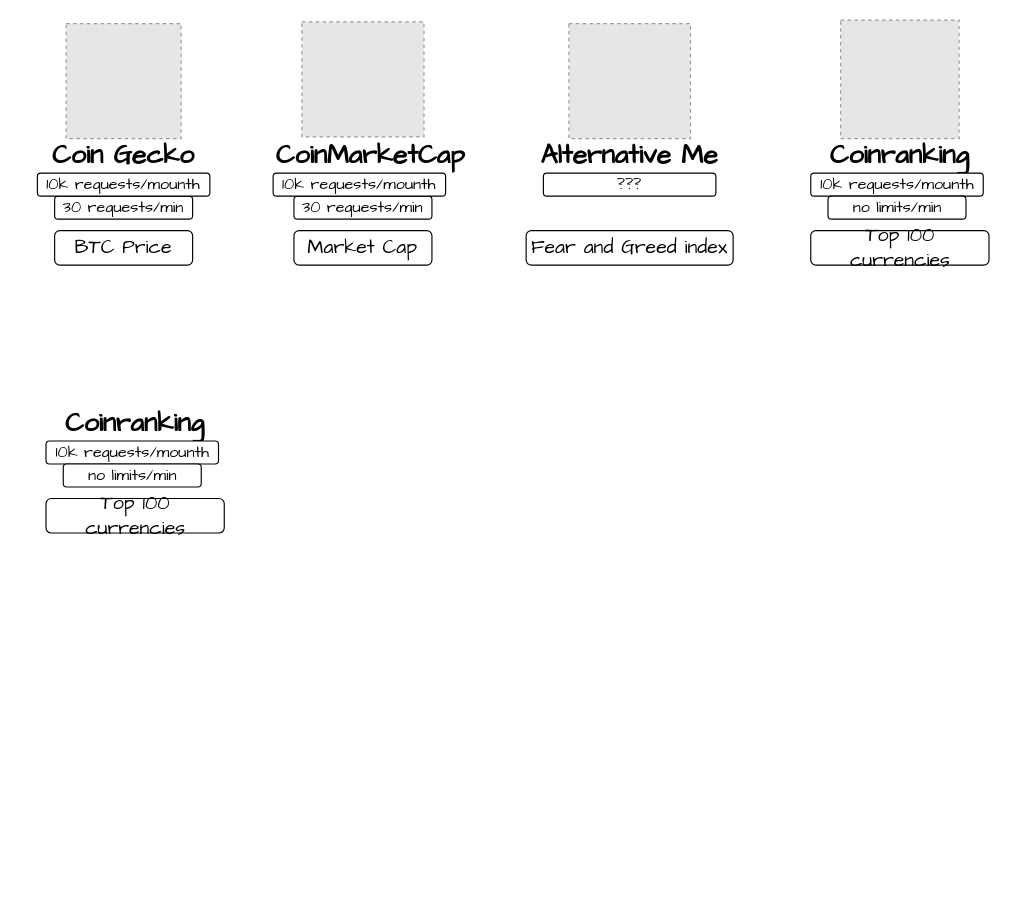
Before: page "Api`s list" (4 of 5) of documentation/diagrams/Panoptium.drawio in Rozhkov109/panoptium, a draw.io diagram. Source tidied: cells renumbered, new cells numbered last; positions are measured from the earlier drawing's top-left corner, leaving out a move shared by most shapes. Both pictures are drawn from the tidied source at 115%, with x=0, y=0 at pixel (37, 20). Pictures stored in the file or linked from it are replaced by grey dashed boxes.
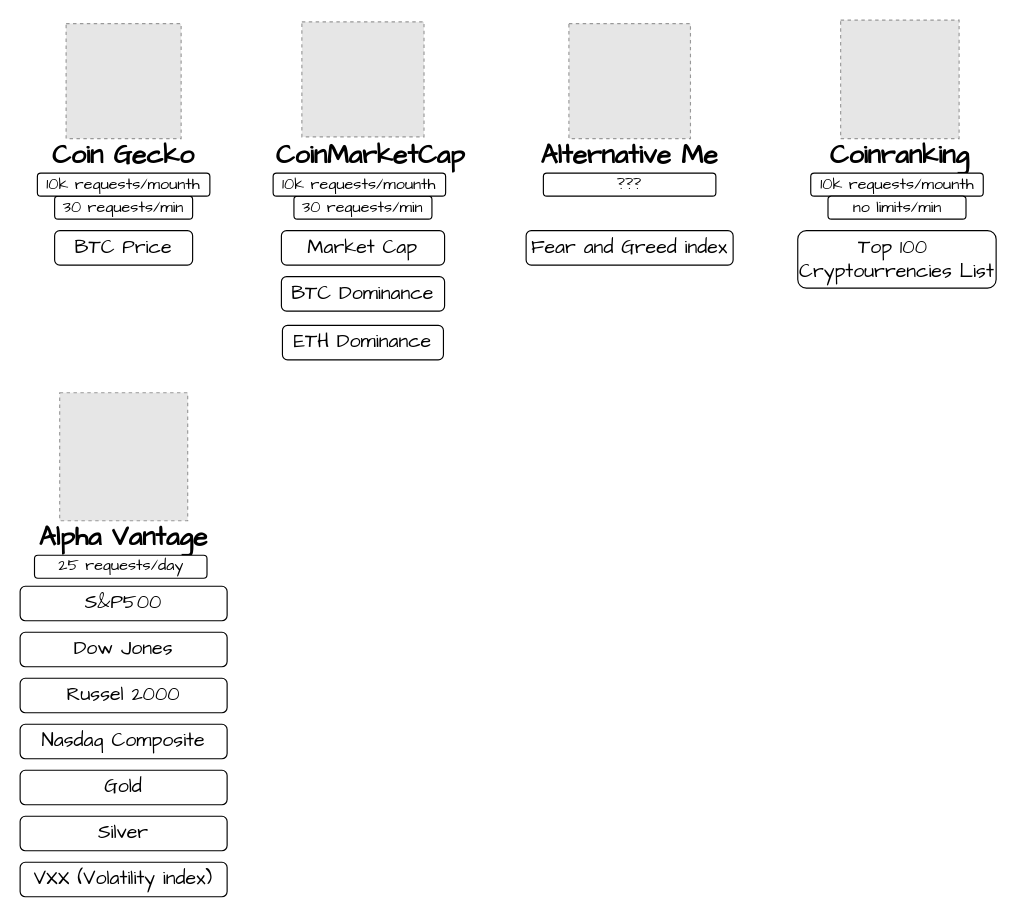
Above is the later version.

Change to the diagram source:
```diff
@@
     <mxCell id="8" value="Market Cap" style="rounded=1;whiteSpace=wrap;html=1;fontSize=17;fontFamily=Comic Sans MS;" parent="1" vertex="1">
-      <mxGeometry x="223.1" y="183" width="120" height="30" as="geometry" />
+      <mxGeometry x="212.2" y="183" width="141.9" height="30" as="geometry" />
     </mxCell>
@@
-    <mxCell id="17" value="Top 100 currencies" style="rounded=1;whiteSpace=wrap;html=1;fontSize=17;fontFamily=Comic Sans MS;" parent="1" vertex="1">
-      <mxGeometry x="672.5" y="183" width="155" height="30" as="geometry" />
+    <mxCell id="17" value="Top 100&amp;nbsp; Cryptourrencies List" style="rounded=1;whiteSpace=wrap;html=1;fontSize=17;fontFamily=Comic Sans MS;" parent="1" vertex="1">
+      <mxGeometry x="661.2" y="183" width="172.5" height="50" as="geometry" />
     </mxCell>
@@
-    <mxCell id="22" value="Coinranking" style="text;html=1;align=center;verticalAlign=middle;whiteSpace=wrap;rounded=0;fontSize=23;fontFamily=Comic Sans MS;fontStyle=1;" parent="1" vertex="1">
-      <mxGeometry y="336" width="170" height="30" as="geometry" />
+    <mxCell id="22" value="Alpha Vantage" style="text;html=1;align=center;verticalAlign=middle;whiteSpace=wrap;rounded=0;fontSize=23;fontFamily=Comic Sans MS;fontStyle=1;" parent="1" vertex="1">
+      <mxGeometry x="-10" y="435.3" width="170" height="30" as="geometry" />
     </mxCell>
-    <mxCell id="23" value="Top 100 currencies" style="rounded=1;whiteSpace=wrap;html=1;fontSize=17;fontFamily=Comic Sans MS;" parent="1" vertex="1">
-      <mxGeometry x="7.5" y="416" width="155" height="30" as="geometry" />
-    </mxCell>
-    <mxCell id="24" value="10k requests/mounth" style="rounded=1;whiteSpace=wrap;html=1;fontSize=14;fontFamily=Comic Sans MS;" parent="1" vertex="1">
-      <mxGeometry x="7.5" y="366" width="150" height="20" as="geometry" />
+    <mxCell id="24" value="25 requests/day" style="rounded=1;whiteSpace=wrap;html=1;fontSize=14;fontFamily=Comic Sans MS;" parent="1" vertex="1">
+      <mxGeometry x="-2.5" y="465.3" width="150" height="20" as="geometry" />
     </mxCell>
-    <mxCell id="25" value="no limits/min" style="rounded=1;whiteSpace=wrap;html=1;fontSize=14;fontFamily=Comic Sans MS;" parent="1" vertex="1">
-      <mxGeometry x="22.5" y="386" width="120" height="20" as="geometry" />
-    </mxCell>
+    <mxCell id="26" style="fillColor=#E6E6E6;strokeColor=#999999;dashed=1;verticalLabelPosition=bottom;labelBackgroundColor=default;verticalAlign=top;" parent="1" vertex="1">
+      <mxGeometry x="19.4" y="324" width="111.3" height="111.3" as="geometry" />
+    </mxCell>
+    <mxCell id="27" value="S&amp;amp;P500" style="rounded=1;whiteSpace=wrap;html=1;fontSize=17;fontFamily=Comic Sans MS;" parent="1" vertex="1">
+      <mxGeometry x="-15" y="492.3" width="180" height="30" as="geometry" />
+    </mxCell>
+    <mxCell id="28" value="Dow Jones" style="rounded=1;whiteSpace=wrap;html=1;fontSize=17;fontFamily=Comic Sans MS;" parent="1" vertex="1">
+      <mxGeometry x="-15" y="532.3" width="180" height="30" as="geometry" />
+    </mxCell>
+    <mxCell id="29" value="Russel 2000" style="rounded=1;whiteSpace=wrap;html=1;fontSize=17;fontFamily=Comic Sans MS;" parent="1" vertex="1">
+      <mxGeometry x="-15" y="572.3" width="180" height="30" as="geometry" />
+    </mxCell>
+    <mxCell id="30" value="Nasdaq Composite" style="rounded=1;whiteSpace=wrap;html=1;fontSize=17;fontFamily=Comic Sans MS;" parent="1" vertex="1">
+      <mxGeometry x="-15" y="612.3" width="180" height="30" as="geometry" />
+    </mxCell>
+    <mxCell id="31" value="Gold" style="rounded=1;whiteSpace=wrap;html=1;fontSize=17;fontFamily=Comic Sans MS;" parent="1" vertex="1">
+      <mxGeometry x="-15" y="652.3" width="180" height="30" as="geometry" />
+    </mxCell>
+    <mxCell id="32" value="Silver" style="rounded=1;whiteSpace=wrap;html=1;fontSize=17;fontFamily=Comic Sans MS;" parent="1" vertex="1">
+      <mxGeometry x="-15" y="692.3" width="180" height="30" as="geometry" />
+    </mxCell>
+    <mxCell id="33" value="VXX (Volatility index)" style="rounded=1;whiteSpace=wrap;html=1;fontSize=17;fontFamily=Comic Sans MS;" parent="1" vertex="1">
+      <mxGeometry x="-15" y="732.3" width="180" height="30" as="geometry" />
+    </mxCell>
+    <mxCell id="34" value="BTC Dominance" style="rounded=1;whiteSpace=wrap;html=1;fontSize=17;fontFamily=Comic Sans MS;" parent="1" vertex="1">
+      <mxGeometry x="212.2" y="223" width="141.9" height="30" as="geometry" />
+    </mxCell>
+    <mxCell id="35" value="ETH Dominance" style="rounded=1;whiteSpace=wrap;html=1;fontSize=17;fontFamily=Comic Sans MS;" parent="1" vertex="1">
+      <mxGeometry x="213.1" y="265.4" width="140" height="30" as="geometry" />
+    </mxCell>
+    <mxCell id="36" style="edgeStyle=orthogonalEdgeStyle;rounded=0;orthogonalLoop=1;jettySize=auto;html=1;exitX=0.5;exitY=1;exitDx=0;exitDy=0;" parent="1" edge="1" source="35" target="35">
+      <mxGeometry relative="1" as="geometry" />
+    </mxCell>
```
